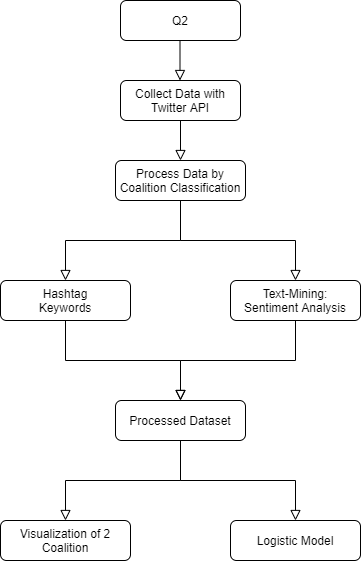
The draw.io diagram img/Flow_Chart.png in McChickenNuggets/Data_Challenge, before a commit. Source tidied: cells renumbered, new cells last; positions are measured from the earlier drawing's top-left corner, leaving out a move shared by most shapes.
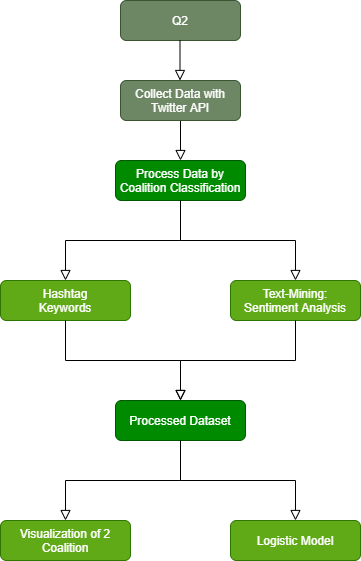
The same file after the commit.

The edit, as a diff of the source:
```diff
@@ -5,25 +5,25 @@
     <mxCell id="2" style="rounded=0;html=1;jettySize=auto;fontSize=11;endArrow=block;endFill=0;endSize=8;strokeWidth=1;shadow=0;labelBackgroundColor=none;edgeStyle=orthogonalEdgeStyle;entryX=0.5;entryY=0;entryDx=0;entryDy=0;" parent="1" edge="1" source="3" target="5">
       <mxGeometry relative="1" as="geometry" />
     </mxCell>
-    <mxCell id="3" value="Collect Data with Twitter API" style="rounded=1;whiteSpace=wrap;html=1;fontSize=12;glass=0;strokeWidth=1;shadow=0;" parent="1" vertex="1">
+    <mxCell id="3" value="Collect Data with Twitter API" style="rounded=1;whiteSpace=wrap;html=1;fontSize=12;glass=0;strokeWidth=1;shadow=0;fillColor=#6d8764;strokeColor=#3A5431;fontColor=#ffffff;" parent="1" vertex="1">
       <mxGeometry x="120" y="80" width="120" height="40" as="geometry" />
     </mxCell>
-    <mxCell id="4" value="Text-Mining:&lt;br&gt;Sentiment Analysis" style="rounded=1;whiteSpace=wrap;html=1;fontSize=12;glass=0;strokeWidth=1;shadow=0;" parent="1" vertex="1">
+    <mxCell id="4" value="Text-Mining:&lt;br&gt;Sentiment Analysis" style="rounded=1;whiteSpace=wrap;html=1;fontSize=12;glass=0;strokeWidth=1;shadow=0;fillColor=#60a917;strokeColor=#2D7600;fontColor=#ffffff;" parent="1" vertex="1">
       <mxGeometry x="230" y="280" width="130" height="40" as="geometry" />
     </mxCell>
-    <mxCell id="5" value="Process Data by Coalition Classification" style="rounded=1;whiteSpace=wrap;html=1;fontSize=12;glass=0;strokeWidth=1;shadow=0;" parent="1" vertex="1">
+    <mxCell id="5" value="Process Data by Coalition Classification" style="rounded=1;whiteSpace=wrap;html=1;fontSize=12;glass=0;strokeWidth=1;shadow=0;fillColor=#008a00;strokeColor=#005700;fontColor=#ffffff;" parent="1" vertex="1">
       <mxGeometry x="115" y="160" width="130" height="40" as="geometry" />
     </mxCell>
-    <mxCell id="6" value="Hashtag&lt;br&gt;Keywords" style="rounded=1;whiteSpace=wrap;html=1;fontSize=12;glass=0;strokeWidth=1;shadow=0;" parent="1" vertex="1">
+    <mxCell id="6" value="Hashtag&lt;br&gt;Keywords" style="rounded=1;whiteSpace=wrap;html=1;fontSize=12;glass=0;strokeWidth=1;shadow=0;fillColor=#60a917;strokeColor=#2D7600;fontColor=#ffffff;" parent="1" vertex="1">
       <mxGeometry y="280" width="130" height="40" as="geometry" />
     </mxCell>
-    <mxCell id="7" value="Processed Dataset" style="rounded=1;whiteSpace=wrap;html=1;fontSize=12;glass=0;strokeWidth=1;shadow=0;align=center;" parent="1" vertex="1">
+    <mxCell id="7" value="Processed Dataset" style="rounded=1;whiteSpace=wrap;html=1;fontSize=12;glass=0;strokeWidth=1;shadow=0;align=center;fillColor=#008a00;strokeColor=#005700;fontColor=#ffffff;" parent="1" vertex="1">
       <mxGeometry x="115" y="400" width="130" height="40" as="geometry" />
     </mxCell>
-    <mxCell id="8" value="Visualization of 2 Coalition" style="rounded=1;whiteSpace=wrap;html=1;fontSize=12;glass=0;strokeWidth=1;shadow=0;" parent="1" vertex="1">
+    <mxCell id="8" value="Visualization of 2 Coalition" style="rounded=1;whiteSpace=wrap;html=1;fontSize=12;glass=0;strokeWidth=1;shadow=0;fillColor=#60a917;strokeColor=#2D7600;fontColor=#ffffff;" parent="1" vertex="1">
       <mxGeometry y="520" width="130" height="40" as="geometry" />
     </mxCell>
-    <mxCell id="9" value="Logistic Model" style="rounded=1;whiteSpace=wrap;html=1;fontSize=12;glass=0;strokeWidth=1;shadow=0;" parent="1" vertex="1">
+    <mxCell id="9" value="Logistic Model" style="rounded=1;whiteSpace=wrap;html=1;fontSize=12;glass=0;strokeWidth=1;shadow=0;fillColor=#60a917;strokeColor=#2D7600;fontColor=#ffffff;" parent="1" vertex="1">
       <mxGeometry x="230" y="520" width="130" height="40" as="geometry" />
     </mxCell>
     <mxCell id="10" style="rounded=0;html=1;jettySize=auto;fontSize=11;endArrow=block;endFill=0;endSize=8;strokeWidth=1;shadow=0;labelBackgroundColor=none;edgeStyle=orthogonalEdgeStyle;entryX=0.5;entryY=0;entryDx=0;entryDy=0;exitX=0.5;exitY=1;exitDx=0;exitDy=0;" parent="1" edge="1" source="6" target="7">
@@ -54,7 +54,7 @@
         </Array>
       </mxGeometry>
     </mxCell>
-    <mxCell id="16" value="Q2" style="rounded=1;whiteSpace=wrap;html=1;fontSize=12;glass=0;strokeWidth=1;shadow=0;" parent="1" vertex="1">
+    <mxCell id="16" value="Q2" style="rounded=1;whiteSpace=wrap;html=1;fontSize=12;glass=0;strokeWidth=1;shadow=0;fillColor=#6d8764;strokeColor=#3A5431;fontColor=#ffffff;" parent="1" vertex="1">
       <mxGeometry x="120" width="120" height="40" as="geometry" />
     </mxCell>
     <mxCell id="17" style="rounded=0;html=1;jettySize=auto;orthogonalLoop=1;fontSize=11;endArrow=block;endFill=0;endSize=8;strokeWidth=1;shadow=0;labelBackgroundColor=none;edgeStyle=orthogonalEdgeStyle;entryX=0.5;entryY=0;entryDx=0;entryDy=0;" parent="1" edge="1">
```
